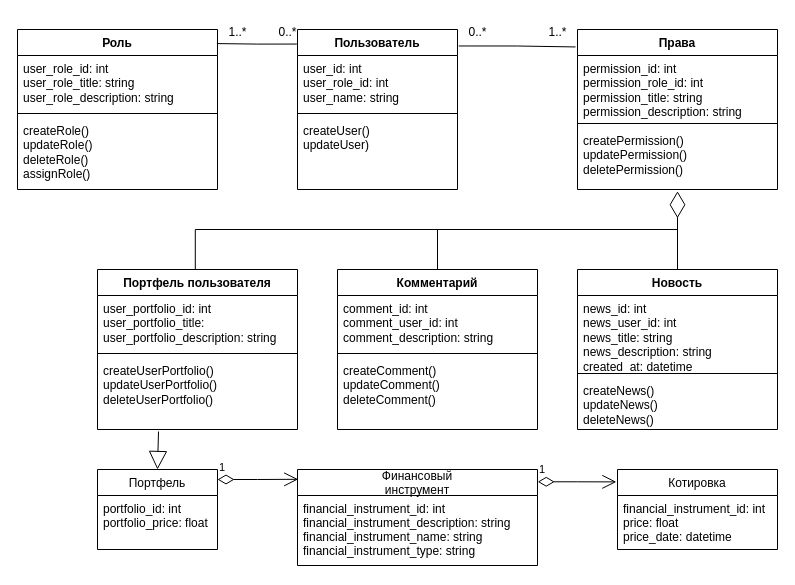
epsil0n66/ProjectMethodsSlanina keeps this draw.io diagram as Диаграмма без названия.drawio. Above is the earlier version. Source tidied: cells renumbered, new cells numbered last; positions are measured from the earlier drawing's top-left corner, leaving out a move shared by most shapes. Both pictures are drawn from the tidied source at 100%, with x=0, y=0 at pixel (17, 17).
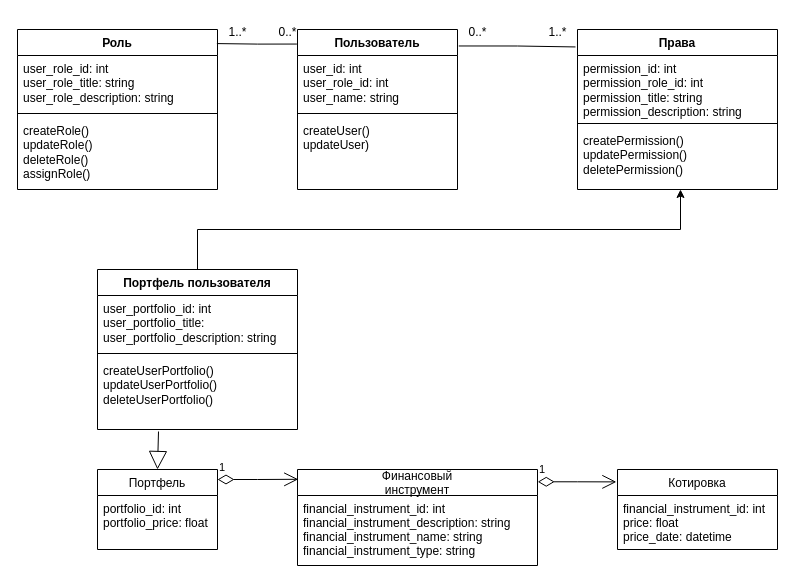
The same page after the edit.

Unchanged cells that the change refers to:
```xml
<mxCell id="15" value="createPermission()&lt;br&gt;updatePermission()&lt;br&gt;deletePermission()" style="text;strokeColor=none;fillColor=none;align=left;verticalAlign=top;spacingLeft=4;spacingRight=4;overflow=hidden;points=[[0,0.5],[1,0.5]];portConstraint=eastwest;whiteSpace=wrap;html=1;" parent="12" vertex="1">
  <mxGeometry y="98" width="200" height="62" as="geometry" />
</mxCell>
<mxCell id="26" value="Портфель пользователя" style="swimlane;fontStyle=1;align=center;verticalAlign=top;horizontal=1;startSize=26;whiteSpace=wrap;html=1;" parent="1" vertex="1">
  <mxGeometry x="80" y="252" width="200" height="160" as="geometry" />
</mxCell>
```

The edit, as a diff of the source:
```diff
@@
-    <mxCell id="16" value="Новость" style="swimlane;fontStyle=1;align=center;verticalAlign=top;horizontal=1;startSize=26;whiteSpace=wrap;html=1;" parent="1" vertex="1">
-      <mxGeometry x="560" y="252" width="200" height="160" as="geometry" />
-    </mxCell>
-    <mxCell id="17" value="news_id: int&lt;br&gt;news_user_id: int&lt;br&gt;news_title: string&lt;br&gt;news_description: string&lt;br&gt;created_at: datetime" style="text;strokeColor=none;fillColor=none;align=left;verticalAlign=top;spacingLeft=4;spacingRight=4;overflow=hidden;whiteSpace=wrap;html=1;" parent="16" vertex="1">
-      <mxGeometry y="26" width="200" height="74" as="geometry" />
-    </mxCell>
-    <mxCell id="18" style="line;strokeWidth=1;fillColor=none;align=left;verticalAlign=middle;spacingTop=-1;spacingLeft=3;spacingRight=3;labelPosition=right;strokeColor=inherit;" parent="16" vertex="1">
-      <mxGeometry y="100" width="200" height="8" as="geometry" />
-    </mxCell>
-    <mxCell id="19" value="createNews()&lt;br&gt;updateNews()&lt;br&gt;deleteNews()" style="text;strokeColor=none;fillColor=none;align=left;verticalAlign=top;spacingLeft=4;spacingRight=4;overflow=hidden;whiteSpace=wrap;html=1;" parent="16" vertex="1">
-      <mxGeometry y="108" width="200" height="52" as="geometry" />
-    </mxCell>
-    <mxCell id="20" style="edgeStyle=orthogonalEdgeStyle;rounded=0;jettySize=auto;html=1;exitX=0.5;exitY=0;exitDx=0;exitDy=0;endArrow=none;endFill=0;" parent="1" edge="1" source="21">
-      <mxGeometry relative="1" as="geometry">
-        <mxPoint x="660" y="202" as="targetPoint" />
-        <Array as="points">
-          <mxPoint x="420" y="212" />
-          <mxPoint x="660" y="212" />
-        </Array>
-      </mxGeometry>
-    </mxCell>
-    <mxCell id="21" value="Комментарий" style="swimlane;fontStyle=1;align=center;verticalAlign=top;horizontal=1;startSize=26;whiteSpace=wrap;html=1;" parent="1" vertex="1">
-      <mxGeometry x="320" y="252" width="200" height="160" as="geometry" />
-    </mxCell>
-    <mxCell id="22" value="comment_id: int&lt;br&gt;comment_user_id: int&lt;br&gt;comment_description: string" style="text;strokeColor=none;fillColor=none;align=left;verticalAlign=top;spacingLeft=4;spacingRight=4;overflow=hidden;whiteSpace=wrap;html=1;" parent="21" vertex="1">
-      <mxGeometry y="26" width="200" height="54" as="geometry" />
-    </mxCell>
-    <mxCell id="23" style="line;strokeWidth=1;fillColor=none;align=left;verticalAlign=middle;spacingTop=-1;spacingLeft=3;spacingRight=3;labelPosition=right;strokeColor=inherit;" parent="21" vertex="1">
-      <mxGeometry y="80" width="200" height="8" as="geometry" />
-    </mxCell>
-    <mxCell id="24" value="createComment()&lt;br&gt;updateComment()&lt;br&gt;deleteComment()" style="text;strokeColor=none;fillColor=none;align=left;verticalAlign=top;spacingLeft=4;spacingRight=4;overflow=hidden;whiteSpace=wrap;html=1;" parent="21" vertex="1">
-      <mxGeometry y="88" width="200" height="72" as="geometry" />
-    </mxCell>
-    <mxCell id="25" style="edgeStyle=orthogonalEdgeStyle;rounded=0;jettySize=auto;html=1;endArrow=none;endFill=0;exitX=0.489;exitY=0.003;exitDx=0;exitDy=0;exitPerimeter=0;" parent="1" edge="1" source="26">
-      <mxGeometry relative="1" as="geometry">
-        <mxPoint x="660" y="202" as="targetPoint" />
-        <Array as="points">
-          <mxPoint x="178" y="212" />
-          <mxPoint x="660" y="212" />
-        </Array>
-      </mxGeometry>
-    </mxCell>
+    <mxCell id="44" style="edgeStyle=orthogonalEdgeStyle;rounded=0;jettySize=auto;html=1;entryX=0.515;entryY=1;entryDx=0;entryDy=0;entryPerimeter=0;" parent="1" edge="1" source="26" target="15">
+      <mxGeometry relative="1" as="geometry" />
+    </mxCell>
@@
-    <mxCell id="36" style="endArrow=diamondThin;endFill=0;endSize=24;html=1;rounded=0;entryX=0.5;entryY=1.028;entryDx=0;entryDy=0;entryPerimeter=0;exitX=0.5;exitY=0;exitDx=0;exitDy=0;" parent="1" edge="1" source="16" target="15">
-      <mxGeometry relative="1" as="geometry" />
-    </mxCell>
```
